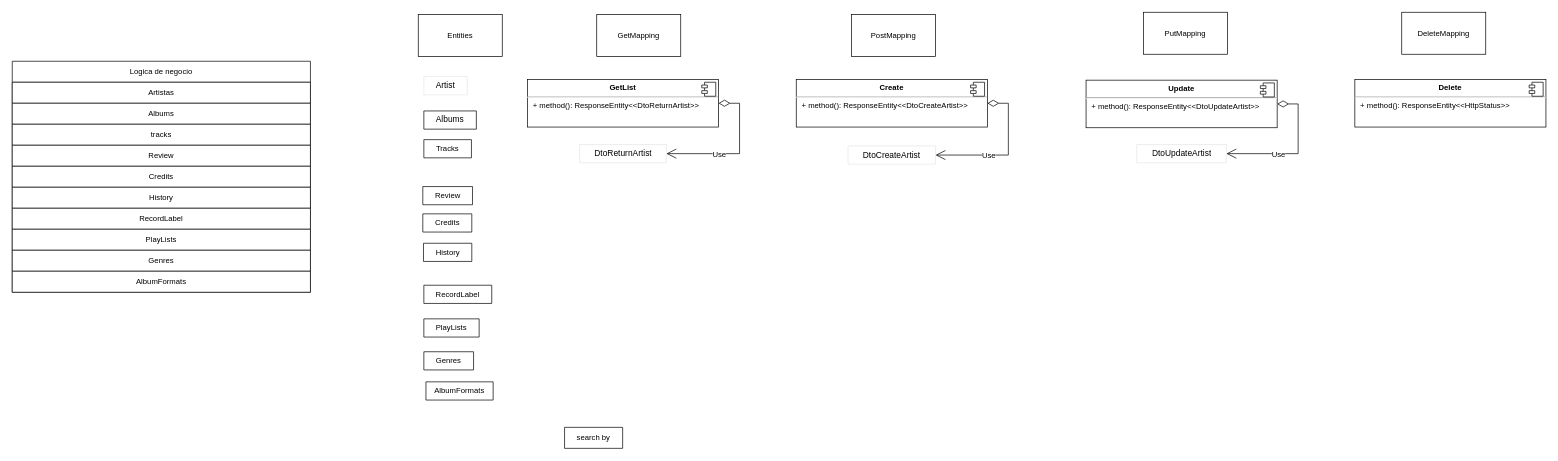
This is page "planificando restful api" (4 of 4) of digrams.drawio from GutengMorgen/ShzTy, a draw.io file, before an edit. Source tidied: cells renumbered, new cells numbered last; positions are measured from the earlier drawing's top-left corner, leaving out a move shared by most shapes. Both pictures are drawn from the tidied source at 70%, with x=0, y=0 at pixel (12, 12).
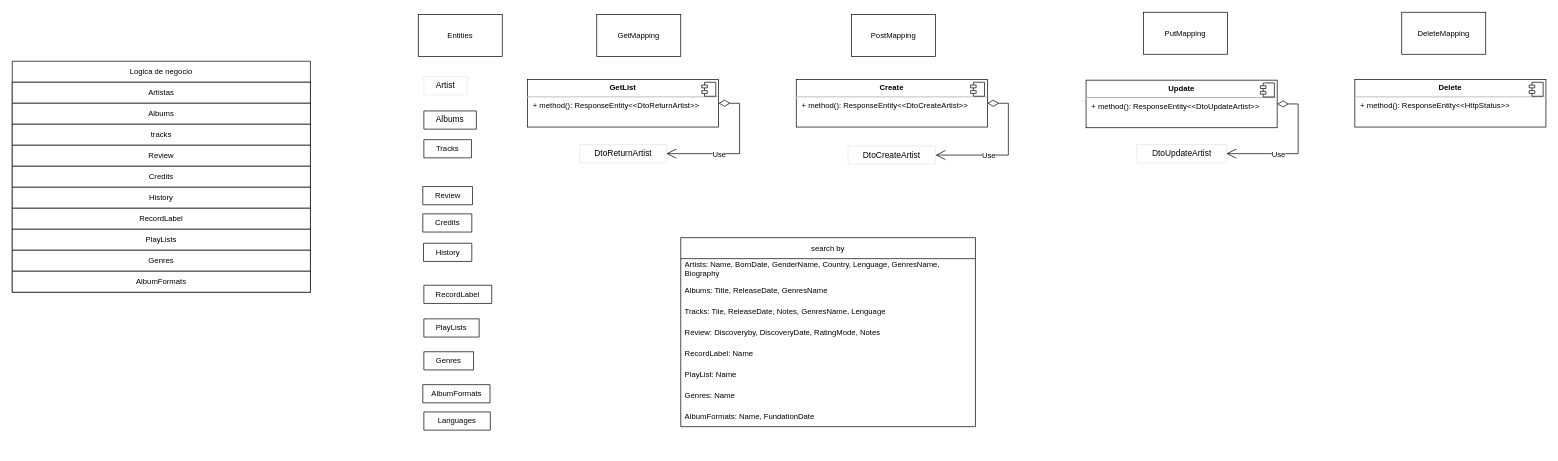
After the change.

Change to the diagram source:
```diff
@@
     <mxCell id="15" value="AlbumFormats" style="swimlane;fontStyle=0;horizontal=1;startSize=26;fillColor=none;whiteSpace=wrap;html=1;fontFamily=Helvetica;fontSize=11;fontColor=default;" parent="1" vertex="1" collapsed="1">
-      <mxGeometry x="591" y="528" width="96" height="26" as="geometry" />
+      <mxGeometry x="586.5" y="532" width="96" height="26" as="geometry" />
     </mxCell>
@@
-    <mxCell id="45" value="search by" style="swimlane;fontStyle=0;horizontal=1;startSize=30;whiteSpace=wrap;html=1;strokeColor=default;fontFamily=Helvetica;fontSize=11;fontColor=default;fillColor=default;" parent="1" vertex="1" collapsed="1">
-      <mxGeometry x="789" y="593" width="83" height="30" as="geometry" />
+    <mxCell id="45" value="search by" style="swimlane;fontStyle=0;horizontal=1;startSize=30;whiteSpace=wrap;html=1;strokeColor=default;fontFamily=Helvetica;fontSize=11;fontColor=default;fillColor=default;" parent="1" vertex="1">
+      <mxGeometry x="955" y="322" width="421" height="270" as="geometry" />
     </mxCell>
+    <mxCell id="46" value="Artists: Name, BornDate, GenderName, Country, Lenguage, GenresName, Biography" style="text;strokeColor=none;fillColor=none;align=left;verticalAlign=middle;spacingLeft=4;spacingRight=4;overflow=hidden;whiteSpace=wrap;html=1;fontSize=11;fontFamily=Helvetica;fontColor=default;" parent="45" vertex="1">
+      <mxGeometry y="30" width="421" height="30" as="geometry" />
+    </mxCell>
+    <mxCell id="47" value="Albums: Title, ReleaseDate, GenresName" style="text;strokeColor=none;fillColor=none;align=left;verticalAlign=middle;spacingLeft=4;spacingRight=4;overflow=hidden;whiteSpace=wrap;html=1;fontSize=11;fontFamily=Helvetica;fontColor=default;" parent="45" vertex="1">
+      <mxGeometry y="60" width="421" height="30" as="geometry" />
+    </mxCell>
+    <mxCell id="48" value="Tracks: Tile, ReleaseDate, Notes, GenresName, Lenguage" style="text;strokeColor=none;fillColor=none;align=left;verticalAlign=middle;spacingLeft=4;spacingRight=4;overflow=hidden;whiteSpace=wrap;html=1;fontSize=11;fontFamily=Helvetica;fontColor=default;" parent="45" vertex="1">
+      <mxGeometry y="90" width="421" height="30" as="geometry" />
+    </mxCell>
+    <mxCell id="49" value="Review: Discoveryby, DiscoveryDate, RatingMode, Notes" style="text;strokeColor=none;fillColor=none;align=left;verticalAlign=middle;spacingLeft=4;spacingRight=4;overflow=hidden;whiteSpace=wrap;html=1;fontSize=11;fontFamily=Helvetica;fontColor=default;" parent="45" vertex="1">
+      <mxGeometry y="120" width="421" height="30" as="geometry" />
+    </mxCell>
+    <mxCell id="50" value="RecordLabel: Name" style="text;strokeColor=none;fillColor=none;align=left;verticalAlign=middle;spacingLeft=4;spacingRight=4;overflow=hidden;whiteSpace=wrap;html=1;fontSize=11;fontFamily=Helvetica;fontColor=default;" parent="45" vertex="1">
+      <mxGeometry y="150" width="421" height="30" as="geometry" />
+    </mxCell>
+    <mxCell id="51" value="PlayList: Name" style="text;strokeColor=none;fillColor=none;align=left;verticalAlign=middle;spacingLeft=4;spacingRight=4;overflow=hidden;whiteSpace=wrap;html=1;fontSize=11;fontFamily=Helvetica;fontColor=default;" parent="45" vertex="1">
+      <mxGeometry y="180" width="421" height="30" as="geometry" />
+    </mxCell>
+    <mxCell id="52" value="Genres: Name" style="text;strokeColor=none;fillColor=none;align=left;verticalAlign=middle;spacingLeft=4;spacingRight=4;overflow=hidden;whiteSpace=wrap;html=1;fontSize=11;fontFamily=Helvetica;fontColor=default;" parent="45" vertex="1">
+      <mxGeometry y="210" width="421" height="30" as="geometry" />
+    </mxCell>
+    <mxCell id="53" value="AlbumFormats: Name, FundationDate" style="text;strokeColor=none;fillColor=none;align=left;verticalAlign=middle;spacingLeft=4;spacingRight=4;overflow=hidden;whiteSpace=wrap;html=1;fontSize=11;fontFamily=Helvetica;fontColor=default;" parent="45" vertex="1">
+      <mxGeometry y="240" width="421" height="30" as="geometry" />
+    </mxCell>
+    <mxCell id="54" value="Languages" style="swimlane;fontStyle=0;horizontal=1;startSize=26;fillColor=none;whiteSpace=wrap;html=1;fontFamily=Helvetica;fontSize=11;fontColor=default;" parent="1" vertex="1" collapsed="1">
+      <mxGeometry x="588" y="571" width="95" height="26" as="geometry" />
+    </mxCell>
```
